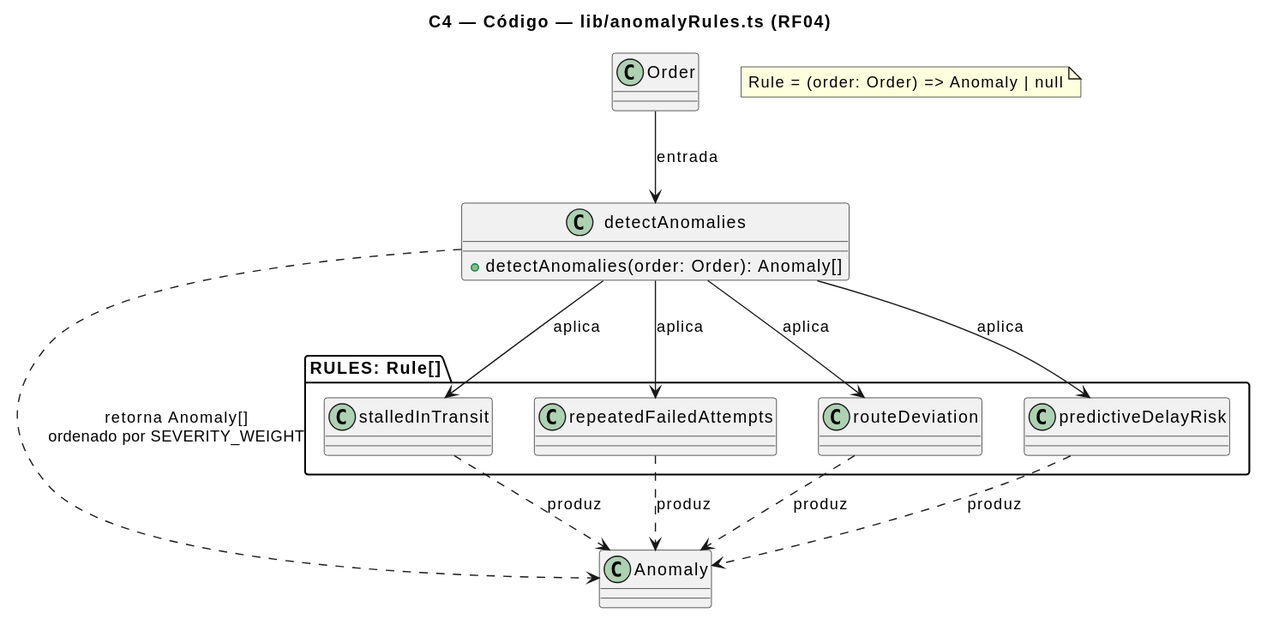
Before: docs/diagrams/c4-anomaly-rules.svg, a diagram exported from PlantUML (Mateushartelt/unirastro).
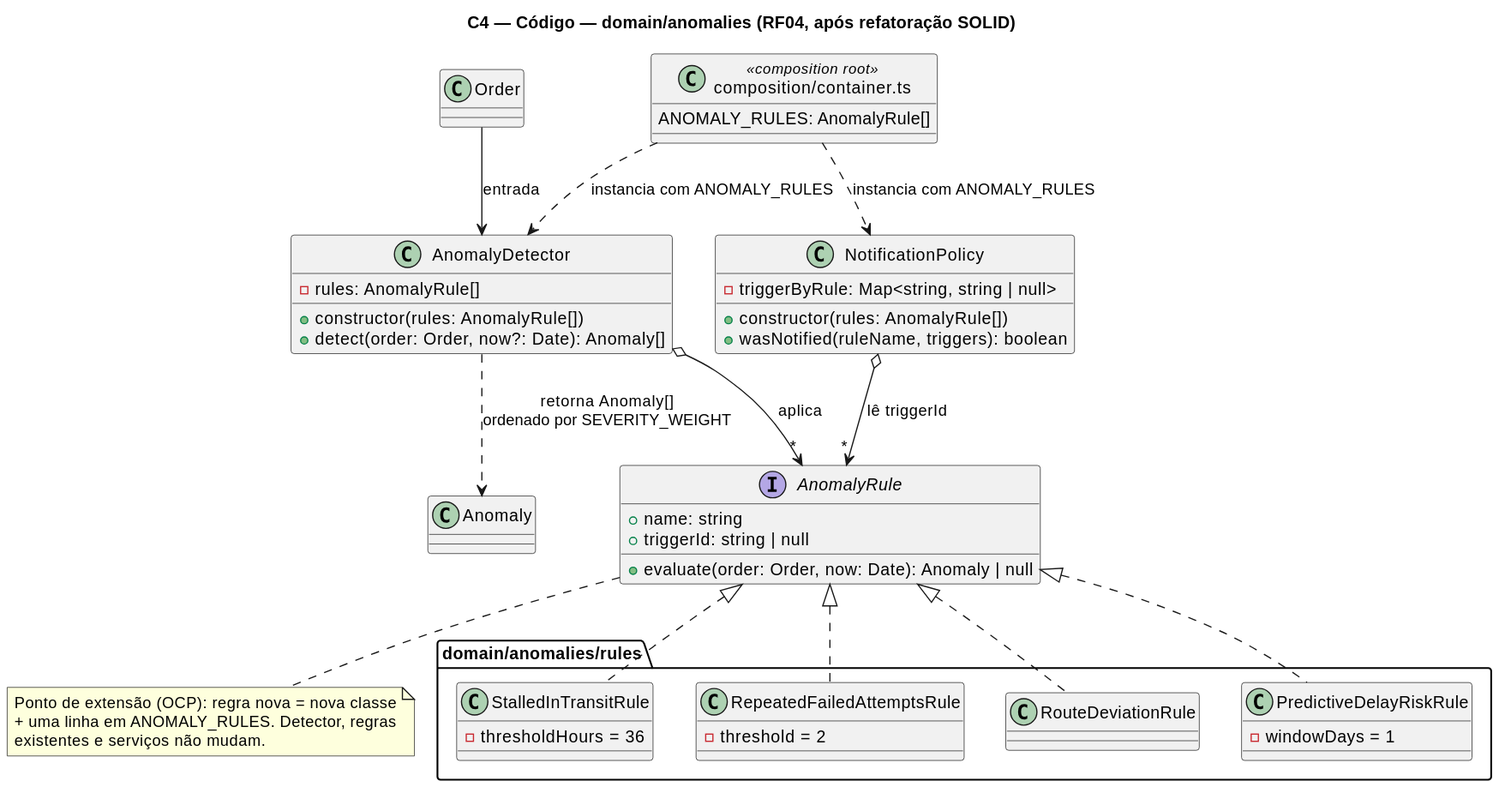
Later version of the same file.

The edit, as a diff of the source:
```diff
@@ -1,30 +1,59 @@
 @startuml
-title C4 — Código — lib/anomalyRules.ts (RF04)
+title C4 — Código — domain/anomalies (RF04, após refatoração SOLID)
 
 class Order
 class Anomaly
 
-note "Rule = (order: Order) => Anomaly | null" as RuleType
-
-package "RULES: Rule[]" {
-  class stalledInTransit
-  class repeatedFailedAttempts
-  class routeDeviation
-  class predictiveDelayRisk
+interface AnomalyRule {
+  +name: string
+  +triggerId: string | null
+  +evaluate(order: Order, now: Date): Anomaly | null
 }
 
-class detectAnomalies {
-  +detectAnomalies(order: Order): Anomaly[]
+package "domain/anomalies/rules" {
+  class StalledInTransitRule {
+    -thresholdHours = 36
+  }
+  class RepeatedFailedAttemptsRule {
+    -threshold = 2
+  }
+  class RouteDeviationRule
+  class PredictiveDelayRiskRule {
+    -windowDays = 1
+  }
 }
 
-Order --> detectAnomalies : entrada
-detectAnomalies --> stalledInTransit : aplica
-detectAnomalies --> repeatedFailedAttempts : aplica
-detectAnomalies --> routeDeviation : aplica
-detectAnomalies --> predictiveDelayRisk : aplica
-stalledInTransit ..> Anomaly : produz
-repeatedFailedAttempts ..> Anomaly : produz
-routeDeviation ..> Anomaly : produz
-predictiveDelayRisk ..> Anomaly : produz
-detectAnomalies ..> Anomaly : retorna Anomaly[]\nordenado por SEVERITY_WEIGHT
+class AnomalyDetector {
+  -rules: AnomalyRule[]
+  +constructor(rules: AnomalyRule[])
+  +detect(order: Order, now?: Date): Anomaly[]
+}
+
+class NotificationPolicy {
+  -triggerByRule: Map<string, string | null>
+  +constructor(rules: AnomalyRule[])
+  +wasNotified(ruleName, triggers): boolean
+}
+
+class "composition/container.ts" as Root <<composition root>> {
+  ANOMALY_RULES: AnomalyRule[]
+}
+
+AnomalyRule <|.. StalledInTransitRule
+AnomalyRule <|.. RepeatedFailedAttemptsRule
+AnomalyRule <|.. RouteDeviationRule
+AnomalyRule <|.. PredictiveDelayRiskRule
+
+AnomalyDetector o--> "*" AnomalyRule : aplica
+NotificationPolicy o--> "*" AnomalyRule : lê triggerId
+Order --> AnomalyDetector : entrada
+AnomalyDetector ..> Anomaly : retorna Anomaly[]\nordenado por SEVERITY_WEIGHT
+Root ..> AnomalyDetector : instancia com ANOMALY_RULES
+Root ..> NotificationPolicy : instancia com ANOMALY_RULES
+
+note bottom of AnomalyRule
+  Ponto de extensão (OCP): regra nova = nova classe
+  + uma linha em ANOMALY_RULES. Detector, regras
+  existentes e serviços não mudam.
+end note
 @enduml
```
